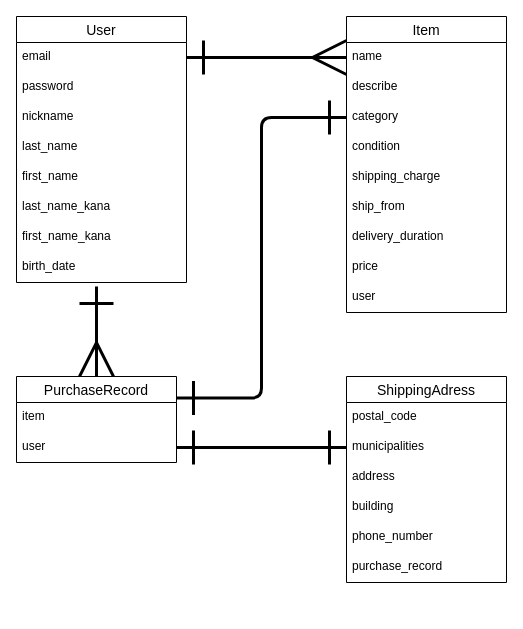
Akakatsu34/furima-38636 keeps this draw.io diagram as test.dio. Above is the earlier version. Source tidied: cells renumbered, new cells numbered last; positions are measured from the earlier drawing's top-left corner, leaving out a move shared by most shapes. Both pictures are drawn from the tidied source at 100%, with x=0, y=0 at pixel (16, 16).
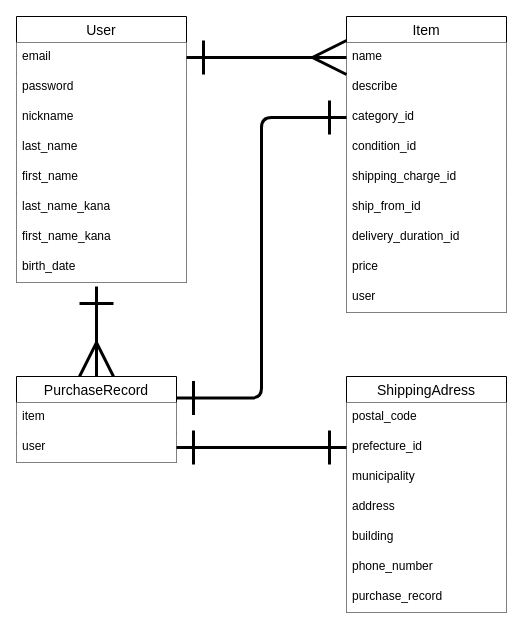
The same diagram, later.

Commit message (it also covers changes not shown here):
データベース設計02

The change refers to these unchanged cells:
```xml
<mxCell id="3" value="User" style="swimlane;fontStyle=0;horizontal=1;startSize=26;align=center;fontSize=14;" parent="1" vertex="1">
  <mxGeometry width="170" height="266" as="geometry" />
</mxCell>
<mxCell id="12" value="Item" style="swimlane;fontStyle=0;horizontal=1;startSize=26;align=center;fontSize=14;" parent="1" vertex="1">
  <mxGeometry x="330" width="160" height="296" as="geometry" />
</mxCell>
<mxCell id="30" value="PurchaseRecord" style="swimlane;fontStyle=0;horizontal=1;startSize=26;align=center;fontSize=14;" parent="1" vertex="1">
  <mxGeometry y="360" width="160" height="86" as="geometry" />
</mxCell>
```

Change to the diagram source:
```diff
@@
-<mxGraphModel>
+<mxGraphModel background="#ffffff">
@@
-    <mxCell id="2" style="edgeStyle=none;rounded=1;jumpSize=10;html=1;startArrow=ERone;startFill=0;endArrow=ERmany;endFill=0;startSize=30;endSize=30;sourcePerimeterSpacing=0;strokeWidth=3;" parent="1" edge="1" target="30">
+    <mxCell id="2" style="edgeStyle=none;rounded=1;jumpSize=10;html=1;startArrow=ERone;startFill=0;endArrow=ERmany;endFill=0;startSize=30;endSize=30;sourcePerimeterSpacing=0;strokeWidth=3;strokeColor=#000000;" parent="1" edge="1" target="30">
       <mxGeometry relative="1" as="geometry">
         <mxPoint x="80" y="270" as="sourcePoint" />
       </mxGeometry>
     </mxCell>
@@
-    <mxCell id="4" value="email" style="text;strokeColor=none;fillColor=none;spacingLeft=4;spacingRight=4;overflow=hidden;points=[[0,0.5],[1,0.5]];portConstraint=eastwest;fontSize=12;" parent="3" vertex="1">
+    <mxCell id="4" value="email" style="text;strokeColor=none;fillColor=default;spacingLeft=4;spacingRight=4;overflow=hidden;points=[[0,0.5],[1,0.5]];portConstraint=eastwest;fontSize=12;" parent="3" vertex="1">
       <mxGeometry y="26" width="170" height="30" as="geometry" />
     </mxCell>
-    <mxCell id="5" value="password " style="text;strokeColor=none;fillColor=none;spacingLeft=4;spacingRight=4;overflow=hidden;fontSize=12;" parent="3" vertex="1">
+    <mxCell id="5" value="password " style="text;strokeColor=none;fillColor=default;spacingLeft=4;spacingRight=4;overflow=hidden;fontSize=12;" parent="3" vertex="1">
       <mxGeometry y="56" width="170" height="30" as="geometry" />
     </mxCell>
-    <mxCell id="6" value="nickname&#10;" style="text;strokeColor=none;fillColor=none;spacingLeft=4;spacingRight=4;overflow=hidden;fontSize=12;" parent="3" vertex="1">
+    <mxCell id="6" value="nickname&#10;" style="text;strokeColor=none;fillColor=default;spacingLeft=4;spacingRight=4;overflow=hidden;fontSize=12;" parent="3" vertex="1">
       <mxGeometry y="86" width="170" height="30" as="geometry" />
     </mxCell>
-    <mxCell id="7" value="last_name" style="text;strokeColor=none;fillColor=none;spacingLeft=4;spacingRight=4;overflow=hidden;fontSize=12;" parent="3" vertex="1">
+    <mxCell id="7" value="last_name" style="text;strokeColor=none;fillColor=default;spacingLeft=4;spacingRight=4;overflow=hidden;fontSize=12;" parent="3" vertex="1">
       <mxGeometry y="116" width="170" height="30" as="geometry" />
     </mxCell>
-    <mxCell id="8" value="first_name" style="text;strokeColor=none;fillColor=none;spacingLeft=4;spacingRight=4;overflow=hidden;fontSize=12;" parent="3" vertex="1">
+    <mxCell id="8" value="first_name" style="text;strokeColor=none;fillColor=default;spacingLeft=4;spacingRight=4;overflow=hidden;fontSize=12;" parent="3" vertex="1">
       <mxGeometry y="146" width="170" height="30" as="geometry" />
     </mxCell>
-    <mxCell id="9" value="last_name_kana" style="text;strokeColor=none;fillColor=none;spacingLeft=4;spacingRight=4;overflow=hidden;fontSize=12;" parent="3" vertex="1">
+    <mxCell id="9" value="last_name_kana" style="text;strokeColor=none;fillColor=default;spacingLeft=4;spacingRight=4;overflow=hidden;fontSize=12;" parent="3" vertex="1">
       <mxGeometry y="176" width="170" height="30" as="geometry" />
     </mxCell>
-    <mxCell id="10" value="first_name_kana" style="text;strokeColor=none;fillColor=none;spacingLeft=4;spacingRight=4;overflow=hidden;fontSize=12;" parent="3" vertex="1">
+    <mxCell id="10" value="first_name_kana" style="text;strokeColor=none;fillColor=default;spacingLeft=4;spacingRight=4;overflow=hidden;fontSize=12;" parent="3" vertex="1">
       <mxGeometry y="206" width="170" height="30" as="geometry" />
     </mxCell>
-    <mxCell id="11" value="birth_date" style="text;strokeColor=none;fillColor=none;spacingLeft=4;spacingRight=4;overflow=hidden;fontSize=12;" parent="3" vertex="1">
+    <mxCell id="11" value="birth_date" style="text;strokeColor=none;fillColor=default;spacingLeft=4;spacingRight=4;overflow=hidden;fontSize=12;" parent="3" vertex="1">
       <mxGeometry y="236" width="170" height="30" as="geometry" />
     </mxCell>
@@
-    <mxCell id="13" value="name" style="text;strokeColor=none;fillColor=none;spacingLeft=4;spacingRight=4;overflow=hidden;points=[[0,0.5],[1,0.5]];portConstraint=eastwest;fontSize=12;" parent="12" vertex="1">
+    <mxCell id="13" value="name" style="text;strokeColor=none;fillColor=default;spacingLeft=4;spacingRight=4;overflow=hidden;points=[[0,0.5],[1,0.5]];portConstraint=eastwest;fontSize=12;" parent="12" vertex="1">
       <mxGeometry y="26" width="160" height="30" as="geometry" />
     </mxCell>
-    <mxCell id="14" value="describe" style="text;strokeColor=none;fillColor=none;spacingLeft=4;spacingRight=4;overflow=hidden;fontSize=12;" parent="12" vertex="1">
+    <mxCell id="14" value="describe" style="text;strokeColor=none;fillColor=default;spacingLeft=4;spacingRight=4;overflow=hidden;fontSize=12;" parent="12" vertex="1">
       <mxGeometry y="56" width="160" height="30" as="geometry" />
     </mxCell>
-    <mxCell id="15" value="category" style="text;strokeColor=none;fillColor=none;spacingLeft=4;spacingRight=4;overflow=hidden;points=[[0,0.5],[1,0.5]];portConstraint=eastwest;fontSize=12;" parent="12" vertex="1">
+    <mxCell id="15" value="category_id" style="text;strokeColor=none;fillColor=default;spacingLeft=4;spacingRight=4;overflow=hidden;points=[[0,0.5],[1,0.5]];portConstraint=eastwest;fontSize=12;" parent="12" vertex="1">
       <mxGeometry y="86" width="160" height="30" as="geometry" />
     </mxCell>
-    <mxCell id="16" value="condition" style="text;strokeColor=none;fillColor=none;spacingLeft=4;spacingRight=4;overflow=hidden;fontSize=12;" parent="12" vertex="1">
+    <mxCell id="16" value="condition_id" style="text;strokeColor=none;fillColor=default;spacingLeft=4;spacingRight=4;overflow=hidden;fontSize=12;" parent="12" vertex="1">
       <mxGeometry y="116" width="160" height="30" as="geometry" />
     </mxCell>
-    <mxCell id="17" value="shipping_charge" style="text;strokeColor=none;fillColor=none;spacingLeft=4;spacingRight=4;overflow=hidden;fontSize=12;" parent="12" vertex="1">
+    <mxCell id="17" value="shipping_charge_id" style="text;strokeColor=none;fillColor=default;spacingLeft=4;spacingRight=4;overflow=hidden;fontSize=12;" parent="12" vertex="1">
       <mxGeometry y="146" width="160" height="30" as="geometry" />
     </mxCell>
-    <mxCell id="18" value="ship_from" style="text;strokeColor=none;fillColor=none;spacingLeft=4;spacingRight=4;overflow=hidden;fontSize=12;" parent="12" vertex="1">
+    <mxCell id="18" value="ship_from_id" style="text;strokeColor=none;fillColor=default;spacingLeft=4;spacingRight=4;overflow=hidden;fontSize=12;" parent="12" vertex="1">
       <mxGeometry y="176" width="160" height="30" as="geometry" />
     </mxCell>
-    <mxCell id="19" value="delivery_duration" style="text;strokeColor=none;fillColor=none;spacingLeft=4;spacingRight=4;overflow=hidden;fontSize=12;" parent="12" vertex="1">
+    <mxCell id="19" value="delivery_duration_id" style="text;strokeColor=none;fillColor=default;spacingLeft=4;spacingRight=4;overflow=hidden;fontSize=12;" parent="12" vertex="1">
       <mxGeometry y="206" width="160" height="30" as="geometry" />
     </mxCell>
-    <mxCell id="20" value="price" style="text;strokeColor=none;fillColor=none;spacingLeft=4;spacingRight=4;overflow=hidden;fontSize=12;" parent="12" vertex="1">
+    <mxCell id="20" value="price" style="text;strokeColor=none;fillColor=default;spacingLeft=4;spacingRight=4;overflow=hidden;fontSize=12;" parent="12" vertex="1">
       <mxGeometry y="236" width="160" height="30" as="geometry" />
     </mxCell>
-    <mxCell id="21" value="user" style="text;strokeColor=none;fillColor=none;spacingLeft=4;spacingRight=4;overflow=hidden;fontSize=12;" parent="12" vertex="1">
+    <mxCell id="21" value="user" style="text;strokeColor=none;fillColor=default;spacingLeft=4;spacingRight=4;overflow=hidden;fontSize=12;" parent="12" vertex="1">
       <mxGeometry y="266" width="160" height="30" as="geometry" />
     </mxCell>
-    <mxCell id="22" style="html=1;endArrow=ERmany;endFill=0;strokeWidth=3;entryX=0;entryY=0.5;entryDx=0;entryDy=0;sourcePerimeterSpacing=0;startArrow=ERone;startFill=0;jumpSize=10;rounded=1;endSize=30;startSize=30;exitX=1;exitY=0.5;exitDx=0;exitDy=0;" parent="1" edge="1" source="4" target="13">
+    <mxCell id="22" style="html=1;endArrow=ERmany;endFill=0;strokeWidth=3;entryX=0;entryY=0.5;entryDx=0;entryDy=0;sourcePerimeterSpacing=0;startArrow=ERone;startFill=0;jumpSize=10;rounded=1;endSize=30;startSize=30;exitX=1;exitY=0.5;exitDx=0;exitDy=0;strokeColor=#000000;" parent="1" edge="1" source="4" target="13">
       <mxGeometry relative="1" as="geometry" />
     </mxCell>
     <mxCell id="23" value="ShippingAdress" style="swimlane;fontStyle=0;horizontal=1;startSize=26;align=center;fontSize=14;" parent="1" vertex="1">
-      <mxGeometry x="330" y="360" width="160" height="206" as="geometry" />
+      <mxGeometry x="330" y="360" width="160" height="236" as="geometry" />
     </mxCell>
-    <mxCell id="24" value="postal_code" style="text;strokeColor=none;fillColor=none;spacingLeft=4;spacingRight=4;overflow=hidden;fontSize=12;" parent="23" vertex="1">
+    <mxCell id="24" value="postal_code" style="text;strokeColor=none;fillColor=default;spacingLeft=4;spacingRight=4;overflow=hidden;fontSize=12;" parent="23" vertex="1">
       <mxGeometry y="26" width="160" height="30" as="geometry" />
     </mxCell>
-    <mxCell id="25" value="municipalities" style="text;strokeColor=none;fillColor=none;spacingLeft=4;spacingRight=4;overflow=hidden;points=[[0,0.5],[1,0.5]];portConstraint=eastwest;fontSize=12;" parent="23" vertex="1">
+    <mxCell id="25" value="prefecture_id" style="text;strokeColor=none;fillColor=default;spacingLeft=4;spacingRight=4;overflow=hidden;points=[[0,0.5],[1,0.5]];portConstraint=eastwest;fontSize=12;" parent="23" vertex="1">
       <mxGeometry y="56" width="160" height="30" as="geometry" />
     </mxCell>
+    <mxCell id="35" value="municipality" style="text;strokeColor=none;fillColor=default;spacingLeft=4;spacingRight=4;overflow=hidden;fontSize=12;" parent="23" vertex="1">
+      <mxGeometry y="86" width="160" height="30" as="geometry" />
+    </mxCell>
-    <mxCell id="26" value="address" style="text;strokeColor=none;fillColor=none;spacingLeft=4;spacingRight=4;overflow=hidden;fontSize=12;" parent="23" vertex="1">
-      <mxGeometry y="86" width="160" height="30" as="geometry" />
+    <mxCell id="26" value="address" style="text;strokeColor=none;fillColor=default;spacingLeft=4;spacingRight=4;overflow=hidden;fontSize=12;" parent="23" vertex="1">
+      <mxGeometry y="116" width="160" height="30" as="geometry" />
     </mxCell>
-    <mxCell id="27" value="building" style="text;strokeColor=none;fillColor=none;spacingLeft=4;spacingRight=4;overflow=hidden;fontSize=12;" parent="23" vertex="1">
-      <mxGeometry y="116" width="160" height="30" as="geometry" />
+    <mxCell id="27" value="building" style="text;strokeColor=none;fillColor=default;spacingLeft=4;spacingRight=4;overflow=hidden;fontSize=12;" parent="23" vertex="1">
+      <mxGeometry y="146" width="160" height="30" as="geometry" />
     </mxCell>
-    <mxCell id="28" value="phone_number" style="text;strokeColor=none;fillColor=none;spacingLeft=4;spacingRight=4;overflow=hidden;fontSize=12;" parent="23" vertex="1">
-      <mxGeometry y="146" width="160" height="30" as="geometry" />
+    <mxCell id="28" value="phone_number" style="text;strokeColor=none;fillColor=default;spacingLeft=4;spacingRight=4;overflow=hidden;fontSize=12;" parent="23" vertex="1">
+      <mxGeometry y="176" width="160" height="30" as="geometry" />
     </mxCell>
-    <mxCell id="29" value="purchase_record" style="text;strokeColor=none;fillColor=none;spacingLeft=4;spacingRight=4;overflow=hidden;fontSize=12;" parent="23" vertex="1">
-      <mxGeometry y="176" width="160" height="30" as="geometry" />
+    <mxCell id="29" value="purchase_record" style="text;strokeColor=none;fillColor=default;spacingLeft=4;spacingRight=4;overflow=hidden;fontSize=12;" parent="23" vertex="1">
+      <mxGeometry y="206" width="160" height="30" as="geometry" />
     </mxCell>
@@
-    <mxCell id="31" value="item" style="text;strokeColor=none;fillColor=none;spacingLeft=4;spacingRight=4;overflow=hidden;fontSize=12;" parent="30" vertex="1">
+    <mxCell id="31" value="item" style="text;strokeColor=none;fillColor=default;spacingLeft=4;spacingRight=4;overflow=hidden;fontSize=12;" parent="30" vertex="1">
       <mxGeometry y="26" width="160" height="30" as="geometry" />
     </mxCell>
-    <mxCell id="32" value="user" style="text;strokeColor=none;fillColor=none;spacingLeft=4;spacingRight=4;overflow=hidden;points=[[0,0.5],[1,0.5]];portConstraint=eastwest;fontSize=12;" parent="30" vertex="1">
+    <mxCell id="32" value="user" style="text;strokeColor=none;fillColor=default;spacingLeft=4;spacingRight=4;overflow=hidden;points=[[0,0.5],[1,0.5]];portConstraint=eastwest;fontSize=12;" parent="30" vertex="1">
       <mxGeometry y="56" width="160" height="30" as="geometry" />
     </mxCell>
-    <mxCell id="33" style="edgeStyle=orthogonalEdgeStyle;rounded=1;jumpSize=10;html=1;exitX=1;exitY=0.25;exitDx=0;exitDy=0;startArrow=ERone;startFill=0;endArrow=ERone;endFill=0;startSize=30;endSize=30;sourcePerimeterSpacing=0;strokeWidth=3;entryX=0;entryY=0.5;entryDx=0;entryDy=0;" parent="1" edge="1" source="30" target="15">
+    <mxCell id="33" style="edgeStyle=orthogonalEdgeStyle;rounded=1;jumpSize=10;html=1;exitX=1;exitY=0.25;exitDx=0;exitDy=0;startArrow=ERone;startFill=0;endArrow=ERone;endFill=0;startSize=30;endSize=30;sourcePerimeterSpacing=0;strokeWidth=3;entryX=0;entryY=0.5;entryDx=0;entryDy=0;strokeColor=#000000;" parent="1" edge="1" source="30" target="15">
       <mxGeometry relative="1" as="geometry" />
     </mxCell>
-    <mxCell id="34" style="edgeStyle=orthogonalEdgeStyle;rounded=1;jumpSize=10;html=1;exitX=1;exitY=0.5;exitDx=0;exitDy=0;startArrow=ERone;startFill=0;endArrow=ERone;endFill=0;startSize=30;endSize=30;sourcePerimeterSpacing=0;strokeWidth=3;entryX=0;entryY=0.5;entryDx=0;entryDy=0;" parent="1" edge="1" source="32" target="25">
+    <mxCell id="34" style="edgeStyle=orthogonalEdgeStyle;rounded=1;jumpSize=10;html=1;exitX=1;exitY=0.5;exitDx=0;exitDy=0;startArrow=ERone;startFill=0;endArrow=ERone;endFill=0;startSize=30;endSize=30;sourcePerimeterSpacing=0;strokeWidth=3;entryX=0;entryY=0.5;entryDx=0;entryDy=0;strokeColor=#000000;" parent="1" edge="1" source="32" target="25">
       <mxGeometry relative="1" as="geometry" />
     </mxCell>
```
